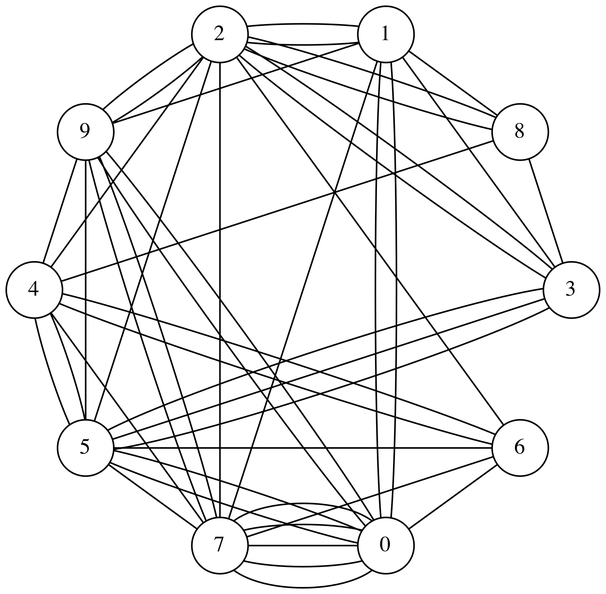
Above: graphs-networks/c-networks/graphviz/list_graph.png in mickey-is-codin/data-structures (Graphviz), before the change. Its source is kept beside it as graphs-networks/c-networks/graphviz/list_graph.dot.
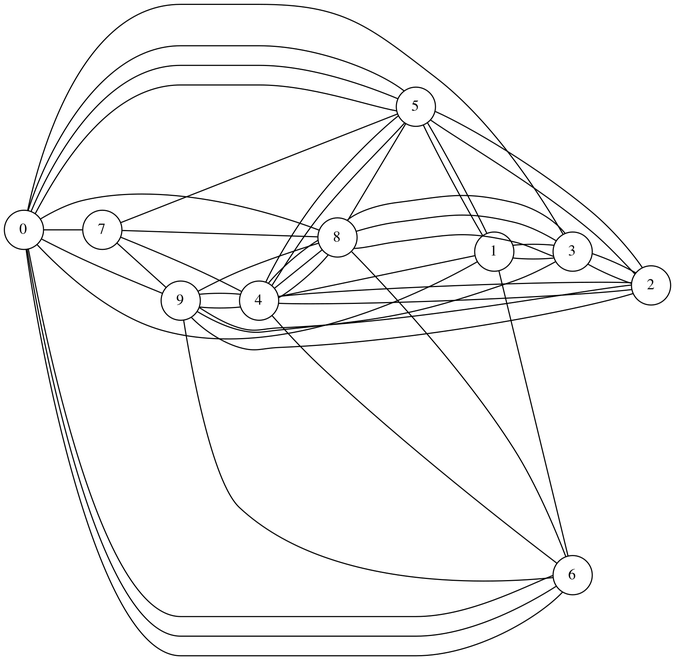
The same diagram one commit later.

Commit message:
Split up the makefile for different graph geometries

Change to the diagram source:
```diff
@@ -5,48 +5,48 @@
 	rankdir="LR";
 
 	"0" -- "7"
+	"0" -- "3"
+	"0" -- "9"
 	"0" -- "6"
+	"0" -- "5"
+	"0" -- "6"
+	"0" -- "5"
+	"0" -- "5"
 	"0" -- "1"
-	"0" -- "7"
-	"0" -- "7"
-	"0" -- "7"
-	"0" -- "5"
-	"0" -- "9"
-	"0" -- "1"
-	"0" -- "7"
-	"0" -- "9"
-	"1" -- "2"
-	"1" -- "9"
-	"1" -- "8"
-	"1" -- "2"
+	"1" -- "6"
+	"1" -- "5"
 	"1" -- "3"
+	"2" -- "9"
 	"2" -- "3"
-	"2" -- "7"
 	"2" -- "5"
+	"2" -- "9"
 	"2" -- "4"
 	"3" -- "2"
-	"3" -- "5"
+	"3" -- "1"
 	"3" -- "8"
+	"3" -- "9"
+	"4" -- "7"
+	"4" -- "8"
+	"4" -- "8"
 	"4" -- "5"
+	"4" -- "9"
+	"4" -- "2"
+	"4" -- "1"
 	"4" -- "6"
-	"4" -- "6"
-	"5" -- "9"
-	"5" -- "0"
-	"5" -- "6"
-	"5" -- "3"
+	"5" -- "2"
+	"5" -- "1"
 	"5" -- "4"
-	"5" -- "7"
-	"5" -- "3"
-	"6" -- "7"
-	"6" -- "2"
-	"7" -- "4"
+	"6" -- "9"
+	"6" -- "8"
+	"6" -- "0"
 	"7" -- "9"
-	"7" -- "9"
-	"7" -- "1"
+	"7" -- "5"
+	"8" -- "3"
+	"8" -- "7"
+	"8" -- "5"
+	"8" -- "9"
+	"8" -- "3"
 	"8" -- "4"
-	"8" -- "2"
-	"8" -- "2"
+	"8" -- "0"
 	"9" -- "4"
-	"9" -- "2"
-	"9" -- "2"
 }
```
